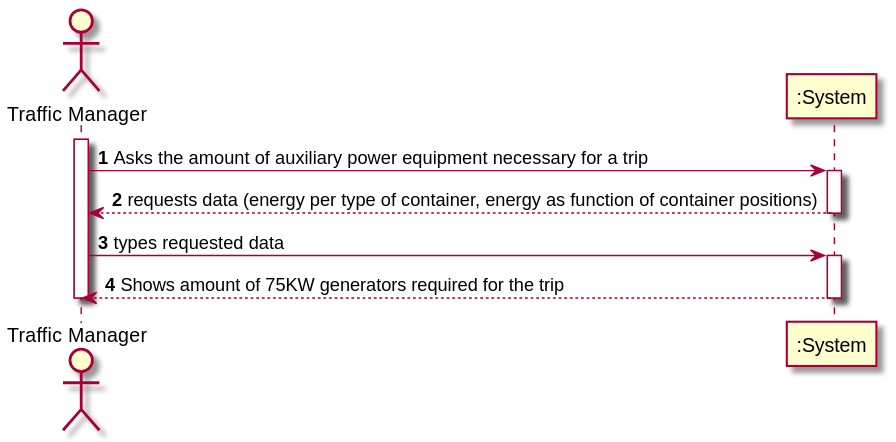
Above: docs/Sprint 4/US/US415/US415_SSD.svg in 1190772/LAB-Project-3 (PlantUML), before the change.
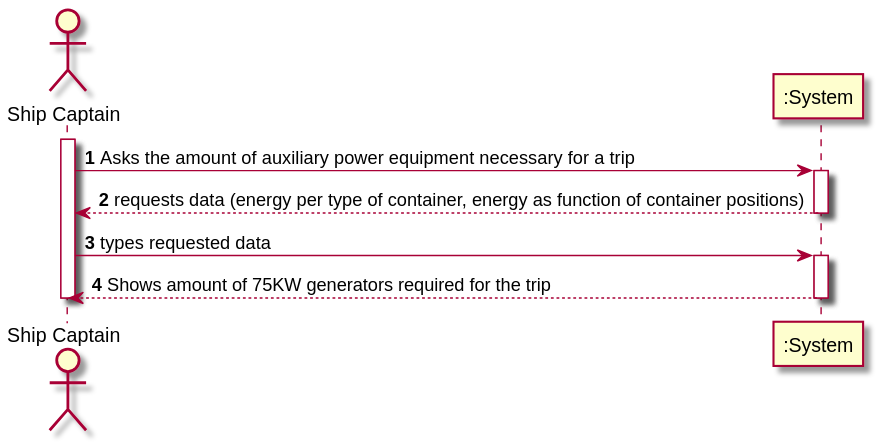
The same diagram one commit later.

Diff of the diagram source:
```diff
@@ -2,21 +2,21 @@
 
 autonumber
 
-actor "Traffic Manager" as TM
+actor "Ship Captain" as SP
 
-activate TM
-TM -> ":System" : Asks the amount of auxiliary power equipment necessary for a trip
+activate SP
+SP -> ":System" : Asks the amount of auxiliary power equipment necessary for a trip
 
 activate ":System"
-":System" --> "TM" : requests data (energy per type of container, energy as function of container positions)
+":System" --> "SP" : requests data (energy per type of container, energy as function of container positions)
 deactivate ":System"
 
-TM -> ":System" : types requested data
+SP -> ":System" : types requested data
 
 activate ":System"
-":System" --> "TM" : Shows amount of 75KW generators required for the trip
+":System" --> "SP" : Shows amount of 75KW generators required for the trip
 deactivate ":System"
 
-deactivate TM
+deactivate SP
 
 @enduml
```
